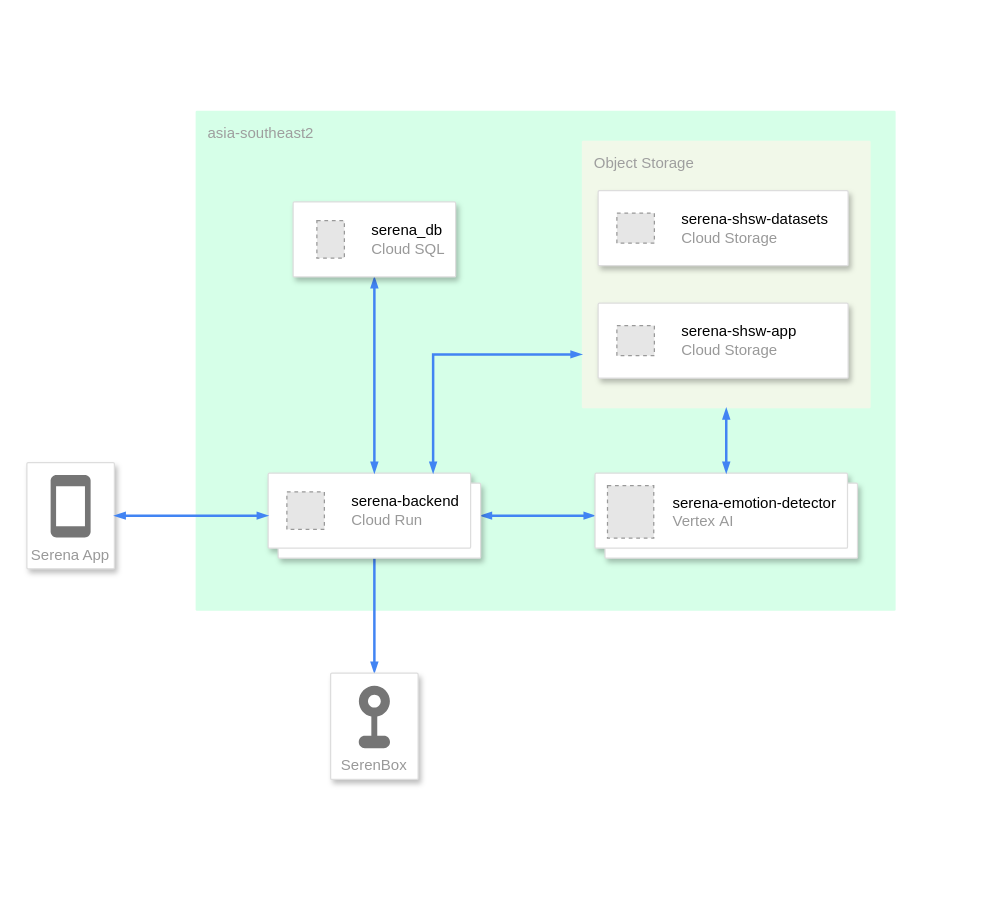
This is architecture-diagram/serena-architecture.drawio from Serena-Smart-Home-Smart-Wellbeing/serena-infrastructure, a draw.io file, before an edit. Source tidied: cells renumbered, new cells numbered last; positions are measured from the earlier drawing's top-left corner, leaving out a move shared by most shapes. Both pictures are drawn from the tidied source at 125%, with x=0, y=0 at pixel (26, 110). Pictures stored in the file or linked from it are replaced by grey dashed boxes.
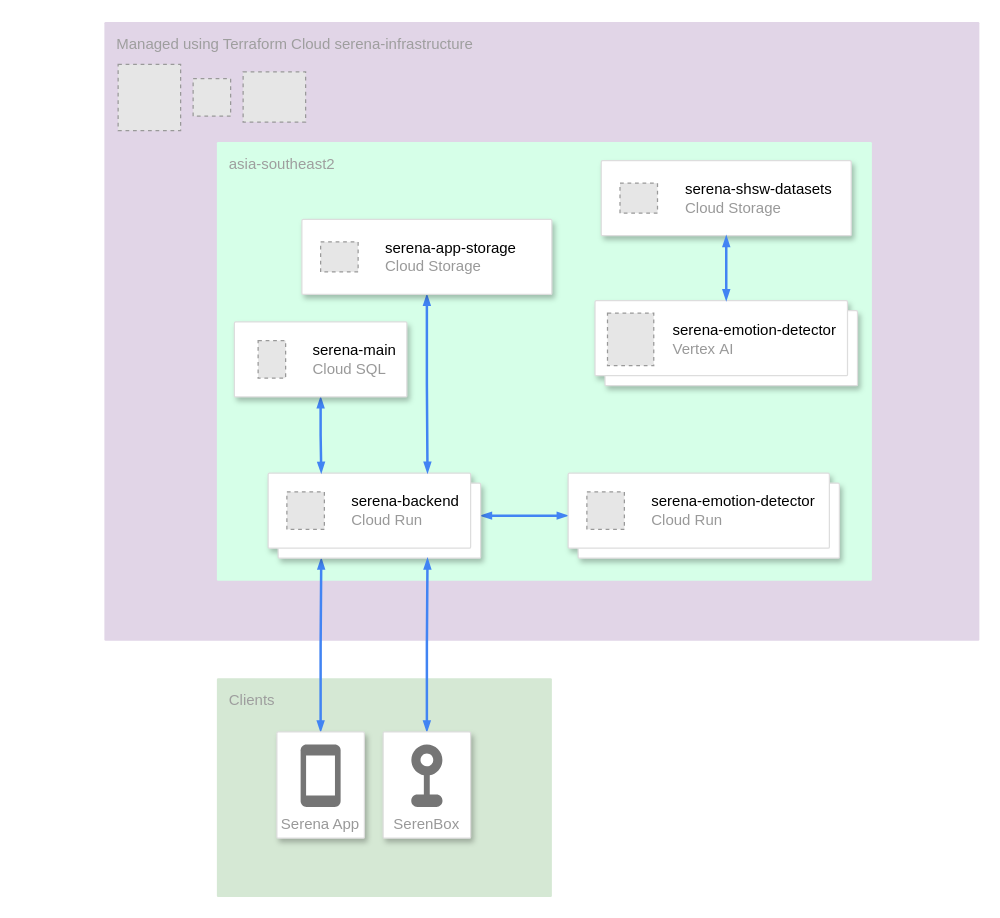
After the change.

The change refers to these unchanged cells:
```xml
<mxCell id="24" style="shape=mxgraph.gcp2.doubleRect;strokeColor=#dddddd;shadow=1;strokeWidth=1;rounded=1;absoluteArcSize=1;arcSize=2;" parent="23" vertex="1">
  <mxGeometry width="210" height="68" as="geometry" />
</mxCell>
```

What changed in the source:
```diff
@@
+    <mxCell id="28" value="&lt;font color=&quot;#9e9e9e&quot;&gt;Managed using Terraform Cloud serena-infrastructure&lt;/font&gt;" style="sketch=0;rounded=1;absoluteArcSize=1;arcSize=2;html=1;strokeColor=none;shadow=0;dashed=0;fontSize=12;align=left;verticalAlign=top;spacing=10;spacingTop=-4;whiteSpace=wrap;fillColor=#e1d5e7;glass=0;" parent="1" vertex="1">
+      <mxGeometry x="62" y="-71" width="700" height="495" as="geometry" />
+    </mxCell>
+    <mxCell id="4" value="asia-southeast2" style="sketch=0;rounded=1;absoluteArcSize=1;arcSize=2;html=1;strokeColor=none;gradientColor=none;shadow=0;dashed=0;fontSize=12;fontColor=#9E9E9E;align=left;verticalAlign=top;spacing=10;spacingTop=-4;whiteSpace=wrap;fillColor=#D6FFE8;glass=0;" parent="1" vertex="1">
+      <mxGeometry x="152" y="25" width="524" height="351" as="geometry" />
+    </mxCell>
+    <mxCell id="29" value="&lt;font color=&quot;#9e9e9e&quot;&gt;Clients&lt;/font&gt;" style="sketch=0;rounded=1;absoluteArcSize=1;arcSize=2;html=1;strokeColor=none;shadow=0;dashed=0;fontSize=12;align=left;verticalAlign=top;spacing=10;spacingTop=-4;whiteSpace=wrap;fillColor=#D5E8D4;glass=0;" parent="1" vertex="1">
+      <mxGeometry x="152" y="454" width="268" height="175" as="geometry" />
+    </mxCell>
+    <mxCell id="30" parent="0" />
+    <mxCell id="9" style="edgeStyle=orthogonalEdgeStyle;shape=connector;rounded=0;jettySize=auto;html=1;exitX=0.5;exitY=0;exitDx=0;exitDy=0;entryX=0.25;entryY=1;entryDx=0;entryDy=0;dashed=0;labelBackgroundColor=default;strokeColor=#4284F3;strokeWidth=2;align=center;verticalAlign=middle;fontFamily=Helvetica;fontSize=12;fontColor=default;startArrow=blockThin;startFill=1;endArrow=blockThin;endFill=1;startSize=4;endSize=4;" parent="30" edge="1" source="2" target="7">
+      <mxGeometry relative="1" as="geometry" />
+    </mxCell>
-    <mxCell id="2" value="Serena App" style="strokeColor=#dddddd;shadow=1;strokeWidth=1;rounded=1;absoluteArcSize=1;arcSize=2;labelPosition=center;verticalLabelPosition=middle;align=center;verticalAlign=bottom;spacingLeft=0;fontColor=#999999;fontSize=12;whiteSpace=wrap;spacingBottom=2;html=1;" parent="1" vertex="1">
-      <mxGeometry y="281.5" width="70" height="85" as="geometry" />
+    <mxCell id="2" value="Serena App" style="strokeColor=#dddddd;shadow=1;strokeWidth=1;rounded=1;absoluteArcSize=1;arcSize=2;labelPosition=center;verticalLabelPosition=middle;align=center;verticalAlign=bottom;spacingLeft=0;fontColor=#999999;fontSize=12;whiteSpace=wrap;spacingBottom=2;html=1;" parent="30" vertex="1">
+      <mxGeometry x="200" y="497" width="70" height="85" as="geometry" />
     </mxCell>
@@
-    <mxCell id="4" value="asia-southeast2" style="sketch=0;rounded=1;absoluteArcSize=1;arcSize=2;html=1;strokeColor=none;gradientColor=none;shadow=0;dashed=0;fontSize=12;fontColor=#9E9E9E;align=left;verticalAlign=top;spacing=10;spacingTop=-4;whiteSpace=wrap;fillColor=#D6FFE8;glass=0;" parent="1" vertex="1">
-      <mxGeometry x="135" width="560" height="400" as="geometry" />
-    </mxCell>
-    <mxCell id="5" style="edgeStyle=orthogonalEdgeStyle;shape=connector;rounded=0;jettySize=auto;html=1;exitX=0.5;exitY=1;exitDx=0;exitDy=0;dashed=0;labelBackgroundColor=default;strokeColor=#4284F3;strokeWidth=2;align=center;verticalAlign=middle;fontFamily=Helvetica;fontSize=12;fontColor=default;endArrow=blockThin;endFill=1;startSize=4;endSize=4;" parent="1" edge="1" source="7" target="10">
-      <mxGeometry relative="1" as="geometry" />
-    </mxCell>
-    <mxCell id="6" style="edgeStyle=orthogonalEdgeStyle;shape=connector;rounded=0;jettySize=auto;html=1;dashed=0;labelBackgroundColor=default;strokeColor=#4284F3;strokeWidth=2;align=center;verticalAlign=middle;fontFamily=Helvetica;fontSize=12;fontColor=default;endArrow=blockThin;endFill=1;startSize=4;endSize=4;startArrow=blockThin;startFill=1;" parent="1" edge="1" source="7" target="24">
-      <mxGeometry relative="1" as="geometry" />
-    </mxCell>
+    <mxCell id="31" style="edgeStyle=orthogonalEdgeStyle;shape=connector;rounded=0;jettySize=auto;html=1;dashed=0;labelBackgroundColor=default;strokeColor=#4284F3;strokeWidth=2;align=center;verticalAlign=middle;fontFamily=Helvetica;fontSize=12;fontColor=default;startArrow=blockThin;startFill=1;endArrow=blockThin;endFill=1;startSize=4;endSize=4;" parent="30" edge="1" source="7" target="35">
+      <mxGeometry relative="1" as="geometry" />
+    </mxCell>
-    <mxCell id="7" style="shape=mxgraph.gcp2.doubleRect;strokeColor=#dddddd;shadow=1;strokeWidth=1;rounded=1;absoluteArcSize=1;arcSize=2;" parent="1" vertex="1">
+    <mxCell id="7" style="shape=mxgraph.gcp2.doubleRect;strokeColor=#dddddd;shadow=1;strokeWidth=1;rounded=1;absoluteArcSize=1;arcSize=2;" parent="30" vertex="1">
       <mxGeometry x="193" y="290" width="170" height="68" as="geometry" />
     </mxCell>
@@
-    <mxCell id="9" style="edgeStyle=orthogonalEdgeStyle;fontSize=12;html=1;endArrow=blockThin;endFill=1;rounded=0;strokeWidth=2;endSize=4;startSize=4;dashed=0;strokeColor=#4284F3;entryX=0;entryY=0.5;entryDx=0;entryDy=0;exitX=1;exitY=0.5;exitDx=0;exitDy=0;startArrow=blockThin;startFill=1;" parent="1" edge="1" source="2" target="7">
-      <mxGeometry relative="1" as="geometry" />
-    </mxCell>
+    <mxCell id="32" style="edgeStyle=orthogonalEdgeStyle;shape=connector;rounded=0;jettySize=auto;html=1;exitX=0.5;exitY=0;exitDx=0;exitDy=0;entryX=0.75;entryY=1;entryDx=0;entryDy=0;dashed=0;labelBackgroundColor=default;strokeColor=#4284F3;strokeWidth=2;align=center;verticalAlign=middle;fontFamily=Helvetica;fontSize=12;fontColor=default;startArrow=blockThin;startFill=1;endArrow=blockThin;endFill=1;startSize=4;endSize=4;" parent="30" edge="1" source="10" target="7">
+      <mxGeometry relative="1" as="geometry" />
+    </mxCell>
-    <mxCell id="10" value="SerenBox" style="strokeColor=#dddddd;shadow=1;strokeWidth=1;rounded=1;absoluteArcSize=1;arcSize=2;labelPosition=center;verticalLabelPosition=middle;align=center;verticalAlign=bottom;spacingLeft=0;fontColor=#999999;fontSize=12;whiteSpace=wrap;spacingBottom=2;html=1;fontFamily=Helvetica;" parent="1" vertex="1">
-      <mxGeometry x="243" y="450" width="70" height="85" as="geometry" />
+    <mxCell id="10" value="SerenBox" style="strokeColor=#dddddd;shadow=1;strokeWidth=1;rounded=1;absoluteArcSize=1;arcSize=2;labelPosition=center;verticalLabelPosition=middle;align=center;verticalAlign=bottom;spacingLeft=0;fontColor=#999999;fontSize=12;whiteSpace=wrap;spacingBottom=2;html=1;fontFamily=Helvetica;" parent="30" vertex="1">
+      <mxGeometry x="285" y="497" width="70" height="85" as="geometry" />
     </mxCell>
@@
-    <mxCell id="12" style="edgeStyle=orthogonalEdgeStyle;shape=connector;rounded=0;jettySize=auto;html=1;dashed=0;labelBackgroundColor=default;strokeColor=#4284F3;strokeWidth=2;align=center;verticalAlign=middle;fontFamily=Helvetica;fontSize=12;fontColor=default;endArrow=blockThin;endFill=1;startSize=4;endSize=4;startArrow=blockThin;startFill=1;" parent="1" edge="1" source="13" target="7">
-      <mxGeometry relative="1" as="geometry" />
-    </mxCell>
-    <mxCell id="13" style="strokeColor=#dddddd;shadow=1;strokeWidth=1;rounded=1;absoluteArcSize=1;arcSize=2;fontFamily=Helvetica;fontSize=12;fontColor=default;" parent="1" vertex="1">
-      <mxGeometry x="213" y="73" width="130" height="60" as="geometry" />
-    </mxCell>
-    <mxCell id="14" value="&lt;font color=&quot;#000000&quot;&gt;serena_db&lt;/font&gt;&lt;br&gt;Cloud SQL" style="fillColor=#E6E6E6;strokeColor=#999999;dashed=1;html=1;fontColor=#999999;verticalLabelPosition=middle;labelBackgroundColor=#ffffff;verticalAlign=middle;labelPosition=right;align=left;spacingLeft=20;fontFamily=Helvetica;fontSize=12;" parent="13" vertex="1">
-      <mxGeometry width="22" height="30" relative="1" as="geometry">
-        <mxPoint x="19" y="15" as="offset" />
-      </mxGeometry>
-    </mxCell>
-    <mxCell id="15" style="group;" parent="1" vertex="1">
-      <mxGeometry x="444" y="24" width="231" height="214" as="geometry" />
-    </mxCell>
-    <mxCell id="16" value="Object Storage" style="sketch=0;points=[[0,0,0],[0.25,0,0],[0.5,0,0],[0.75,0,0],[1,0,0],[1,0.25,0],[1,0.5,0],[1,0.75,0],[1,1,0],[0.75,1,0],[0.5,1,0],[0.25,1,0],[0,1,0],[0,0.75,0],[0,0.5,0],[0,0.25,0]];rounded=1;absoluteArcSize=1;arcSize=2;html=1;strokeColor=none;gradientColor=none;shadow=0;dashed=0;fontSize=12;fontColor=#9E9E9E;align=left;verticalAlign=top;spacing=10;spacingTop=-4;whiteSpace=wrap;fillColor=#F1F8E9;fontFamily=Helvetica;" parent="15" vertex="1">
-      <mxGeometry width="231" height="214" as="geometry" />
-    </mxCell>
-    <mxCell id="17" style="group;" parent="15" vertex="1">
-      <mxGeometry x="13" y="40" width="200" height="150" as="geometry" />
-    </mxCell>
-    <mxCell id="18" style="strokeColor=#dddddd;shadow=1;strokeWidth=1;rounded=1;absoluteArcSize=1;arcSize=2;fontFamily=Helvetica;fontSize=12;fontColor=default;" parent="17" vertex="1">
-      <mxGeometry width="200" height="60" as="geometry" />
-    </mxCell>
-    <mxCell id="19" value="&lt;font color=&quot;#000000&quot;&gt;serena-shsw-datasets&lt;/font&gt;&lt;br&gt;Cloud Storage" style="fillColor=#E6E6E6;strokeColor=#999999;dashed=1;html=1;fontColor=#999999;verticalLabelPosition=middle;labelBackgroundColor=#ffffff;verticalAlign=middle;labelPosition=right;align=left;spacingLeft=20;fontFamily=Helvetica;fontSize=12;" parent="18" vertex="1">
-      <mxGeometry width="30" height="24" relative="1" as="geometry">
-        <mxPoint x="15" y="18" as="offset" />
-      </mxGeometry>
-    </mxCell>
-    <mxCell id="20" style="strokeColor=#dddddd;shadow=1;strokeWidth=1;rounded=1;absoluteArcSize=1;arcSize=2;fontFamily=Helvetica;fontSize=12;fontColor=default;" parent="17" vertex="1">
-      <mxGeometry y="90" width="200" height="60" as="geometry" />
-    </mxCell>
-    <mxCell id="21" value="&lt;font color=&quot;#000000&quot;&gt;serena-shsw-app&lt;/font&gt;&lt;br&gt;Cloud Storage" style="fillColor=#E6E6E6;strokeColor=#999999;dashed=1;html=1;fontColor=#999999;verticalLabelPosition=middle;labelBackgroundColor=#ffffff;verticalAlign=middle;labelPosition=right;align=left;spacingLeft=20;fontFamily=Helvetica;fontSize=12;" parent="20" vertex="1">
-      <mxGeometry width="30" height="24" relative="1" as="geometry">
-        <mxPoint x="15" y="18" as="offset" />
-      </mxGeometry>
-    </mxCell>
-    <mxCell id="22" style="edgeStyle=orthogonalEdgeStyle;shape=connector;rounded=0;jettySize=auto;html=1;dashed=0;labelBackgroundColor=default;strokeColor=#4284F3;strokeWidth=2;align=center;verticalAlign=middle;fontFamily=Helvetica;fontSize=12;fontColor=default;endArrow=blockThin;endFill=1;startSize=4;endSize=4;startArrow=blockThin;startFill=1;" parent="1" edge="1" source="16" target="7">
-      <mxGeometry relative="1" as="geometry">
-        <Array as="points">
-          <mxPoint x="325" y="195" />
-        </Array>
-      </mxGeometry>
-    </mxCell>
-    <mxCell id="23" style="group;" parent="1" vertex="1">
-      <mxGeometry x="454.5" y="290" width="210" height="68" as="geometry" />
+    <mxCell id="23" style="group;" parent="30" vertex="1">
+      <mxGeometry x="454.5" y="152" width="210" height="68" as="geometry" />
     </mxCell>
@@
-    <mxCell id="27" style="edgeStyle=orthogonalEdgeStyle;shape=connector;rounded=0;jettySize=auto;html=1;dashed=0;labelBackgroundColor=default;strokeColor=#4284F3;strokeWidth=2;align=center;verticalAlign=middle;fontFamily=Helvetica;fontSize=12;fontColor=default;endArrow=blockThin;endFill=1;startSize=4;endSize=4;startArrow=blockThin;startFill=1;" parent="1" edge="1" source="24" target="16">
-      <mxGeometry relative="1" as="geometry" />
-    </mxCell>
+    <mxCell id="18" style="strokeColor=#dddddd;shadow=1;strokeWidth=1;rounded=1;absoluteArcSize=1;arcSize=2;fontFamily=Helvetica;fontSize=12;fontColor=default;" parent="30" vertex="1">
+      <mxGeometry x="459.5" y="40" width="200" height="60" as="geometry" />
+    </mxCell>
+    <mxCell id="19" value="&lt;font color=&quot;#000000&quot;&gt;serena-shsw-datasets&lt;/font&gt;&lt;br&gt;Cloud Storage" style="fillColor=#E6E6E6;strokeColor=#999999;dashed=1;html=1;fontColor=#999999;verticalLabelPosition=middle;labelBackgroundColor=#ffffff;verticalAlign=middle;labelPosition=right;align=left;spacingLeft=20;fontFamily=Helvetica;fontSize=12;" parent="18" vertex="1">
+      <mxGeometry width="30" height="24" relative="1" as="geometry">
+        <mxPoint x="15" y="18" as="offset" />
+      </mxGeometry>
+    </mxCell>
+    <mxCell id="33" style="edgeStyle=orthogonalEdgeStyle;shape=connector;rounded=0;jettySize=auto;html=1;entryX=0.75;entryY=0;entryDx=0;entryDy=0;dashed=0;labelBackgroundColor=default;strokeColor=#4284F3;strokeWidth=2;align=center;verticalAlign=middle;fontFamily=Helvetica;fontSize=12;fontColor=default;startArrow=blockThin;startFill=1;endArrow=blockThin;endFill=1;startSize=4;endSize=4;" parent="30" edge="1" source="20" target="7">
+      <mxGeometry relative="1" as="geometry" />
+    </mxCell>
+    <mxCell id="20" style="strokeColor=#dddddd;shadow=1;strokeWidth=1;rounded=1;absoluteArcSize=1;arcSize=2;fontFamily=Helvetica;fontSize=12;fontColor=default;" parent="30" vertex="1">
+      <mxGeometry x="220" y="87" width="200" height="60" as="geometry" />
+    </mxCell>
+    <mxCell id="21" value="&lt;font color=&quot;#000000&quot;&gt;serena-app-storage&lt;/font&gt;&lt;br&gt;Cloud Storage" style="fillColor=#E6E6E6;strokeColor=#999999;dashed=1;html=1;fontColor=#999999;verticalLabelPosition=middle;labelBackgroundColor=#ffffff;verticalAlign=middle;labelPosition=right;align=left;spacingLeft=20;fontFamily=Helvetica;fontSize=12;" parent="20" vertex="1">
+      <mxGeometry width="30" height="24" relative="1" as="geometry">
+        <mxPoint x="15" y="18" as="offset" />
+      </mxGeometry>
+    </mxCell>
+    <mxCell id="34" style="edgeStyle=orthogonalEdgeStyle;shape=connector;rounded=0;jettySize=auto;html=1;dashed=0;labelBackgroundColor=default;strokeColor=#4284F3;strokeWidth=2;align=center;verticalAlign=middle;fontFamily=Helvetica;fontSize=12;fontColor=default;startArrow=blockThin;startFill=1;endArrow=blockThin;endFill=1;startSize=4;endSize=4;" parent="30" edge="1" source="24" target="18">
+      <mxGeometry relative="1" as="geometry" />
+    </mxCell>
+    <mxCell id="35" style="shape=mxgraph.gcp2.doubleRect;strokeColor=#dddddd;shadow=1;strokeWidth=1;rounded=1;absoluteArcSize=1;arcSize=2;" parent="30" vertex="1">
+      <mxGeometry x="433" y="290" width="217" height="68" as="geometry" />
+    </mxCell>
+    <mxCell id="36" value="&lt;font color=&quot;#000000&quot;&gt;serena-emotion-detector&lt;/font&gt;&lt;br&gt;Cloud Run" style="fillColor=#E6E6E6;strokeColor=#999999;dashed=1;html=1;fontColor=#999999;verticalLabelPosition=middle;labelBackgroundColor=#ffffff;verticalAlign=middle;labelPosition=right;align=left;spacingLeft=20;" parent="35" vertex="1">
+      <mxGeometry width="30" height="30" relative="1" as="geometry">
+        <mxPoint x="15" y="15" as="offset" />
+      </mxGeometry>
+    </mxCell>
+    <mxCell id="37" style="edgeStyle=orthogonalEdgeStyle;shape=connector;rounded=0;jettySize=auto;html=1;entryX=0.25;entryY=0;entryDx=0;entryDy=0;dashed=0;labelBackgroundColor=default;strokeColor=#4284F3;strokeWidth=2;align=center;verticalAlign=middle;fontFamily=Helvetica;fontSize=12;fontColor=default;startArrow=blockThin;startFill=1;endArrow=blockThin;endFill=1;startSize=4;endSize=4;" parent="30" edge="1" source="38" target="7">
+      <mxGeometry relative="1" as="geometry" />
+    </mxCell>
+    <mxCell id="38" style="strokeColor=#dddddd;shadow=1;strokeWidth=1;rounded=1;absoluteArcSize=1;arcSize=2;fontFamily=Helvetica;fontSize=12;fontColor=default;" parent="30" vertex="1">
+      <mxGeometry x="166" y="169" width="138" height="60" as="geometry" />
+    </mxCell>
+    <mxCell id="39" value="&lt;font color=&quot;#000000&quot;&gt;serena-main&lt;/font&gt;&lt;br&gt;Cloud SQL" style="fillColor=#E6E6E6;strokeColor=#999999;dashed=1;html=1;fontColor=#999999;verticalLabelPosition=middle;labelBackgroundColor=#ffffff;verticalAlign=middle;labelPosition=right;align=left;spacingLeft=20;fontFamily=Helvetica;fontSize=12;" parent="38" vertex="1">
+      <mxGeometry width="22" height="30" relative="1" as="geometry">
+        <mxPoint x="19" y="15" as="offset" />
+      </mxGeometry>
+    </mxCell>
+    <mxCell id="40" style="group;" parent="30" vertex="1">
+      <mxGeometry x="73" y="-37" width="150" height="52.9" as="geometry" />
+    </mxCell>
+    <mxCell id="41" style="fillColor=#E6E6E6;strokeColor=#999999;dashed=1;verticalLabelPosition=bottom;labelBackgroundColor=default;verticalAlign=top;" parent="40" vertex="1">
+      <mxGeometry width="50" height="52.9" as="geometry" />
+    </mxCell>
+    <mxCell id="42" style="fillColor=#E6E6E6;strokeColor=#999999;dashed=1;verticalLabelPosition=bottom;labelBackgroundColor=default;verticalAlign=top;" parent="40" vertex="1">
+      <mxGeometry x="100" y="5.9" width="50" height="40.2" as="geometry" />
+    </mxCell>
+    <mxCell id="43" style="fillColor=#E6E6E6;strokeColor=#999999;dashed=1;html=1;verticalAlign=top;verticalLabelPosition=bottom;labelBackgroundColor=#ffffff;fontFamily=Helvetica;fontSize=12;fontColor=default;" parent="40" vertex="1">
+      <mxGeometry x="60" y="11.4" width="30" height="30" as="geometry" />
+    </mxCell>
```
